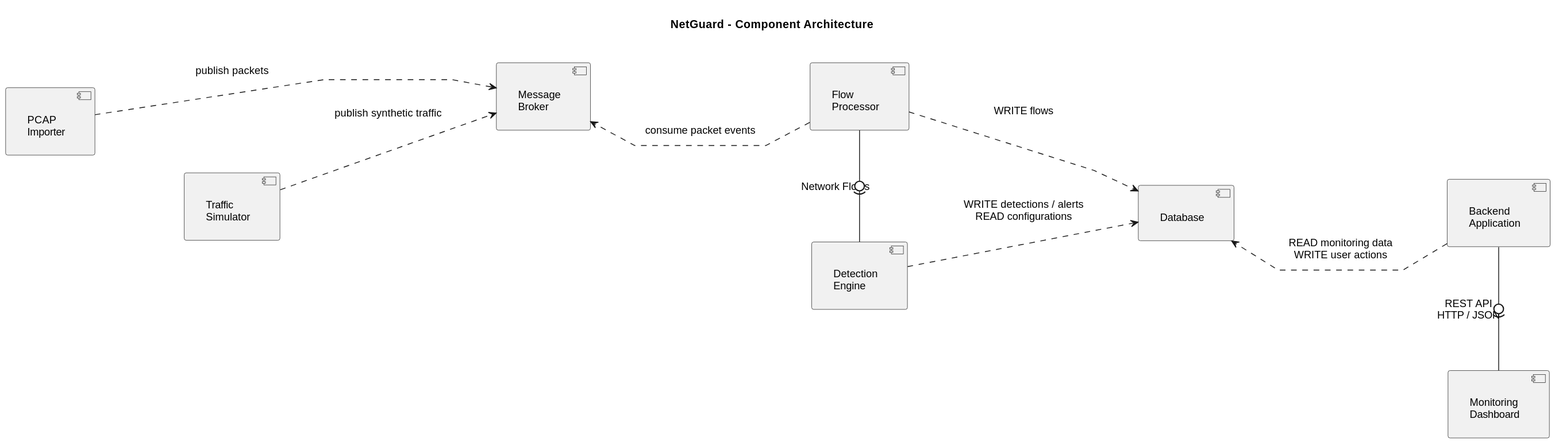
k1borg32/Netguard keeps this PlantUML diagram as Docs/Architecture/diagrams/component_diagram.svg. Above is the earlier version.
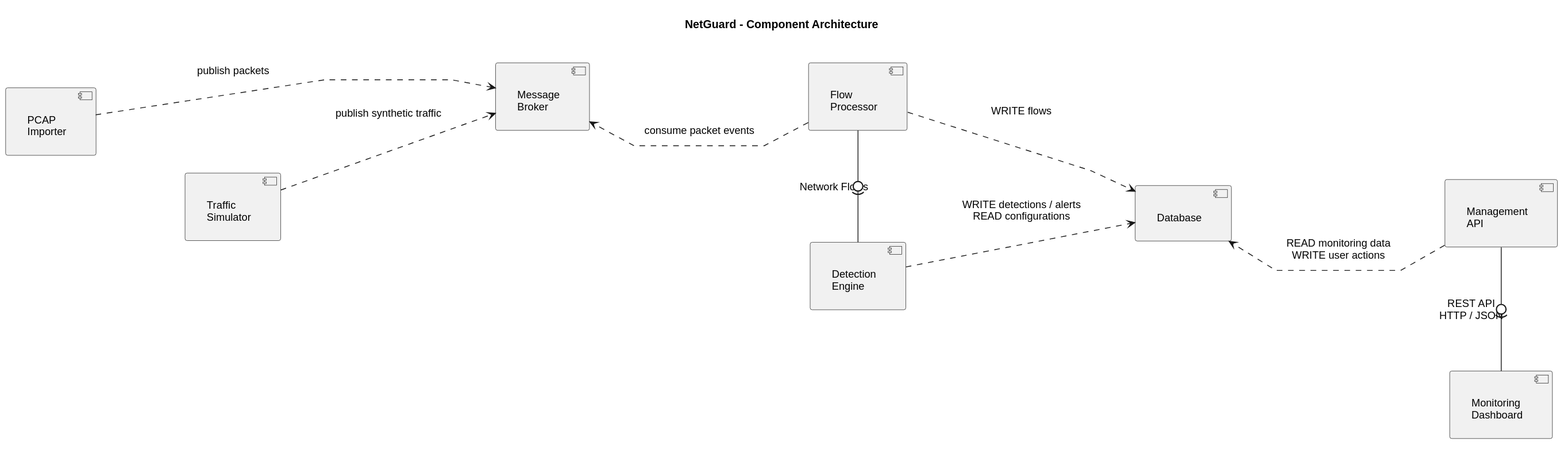
The same diagram one commit later.

Change to the diagram source:
```diff
@@ -21,7 +21,7 @@
 component "Flow\nProcessor" as FP
 component "Detection\nEngine" as DE
 component "Database" as DB
-component "Backend\nApplication" as BE
+component "Management\nAPI" as BE
 component "Monitoring\nDashboard" as UI
 
 
```
